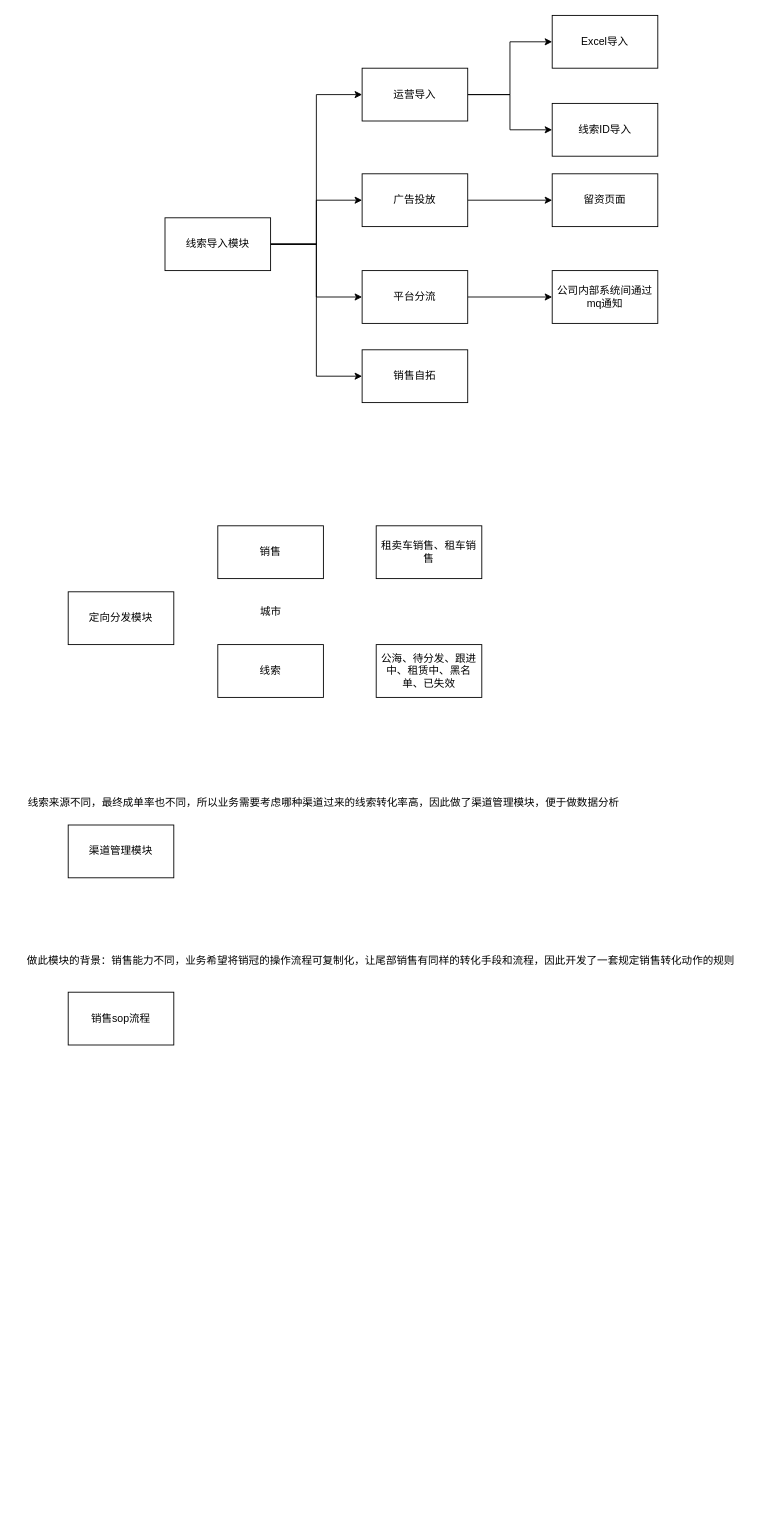
Earlier version of the draw.io diagram 未命名绘图.drawio (l0ozhangt0u/drawio). Source tidied: cells renumbered, new cells numbered last; positions are measured from the earlier drawing's top-left corner, leaving out a move shared by most shapes. Both pictures are drawn from the tidied source at 88%, with x=0, y=0 at pixel (15, 15).
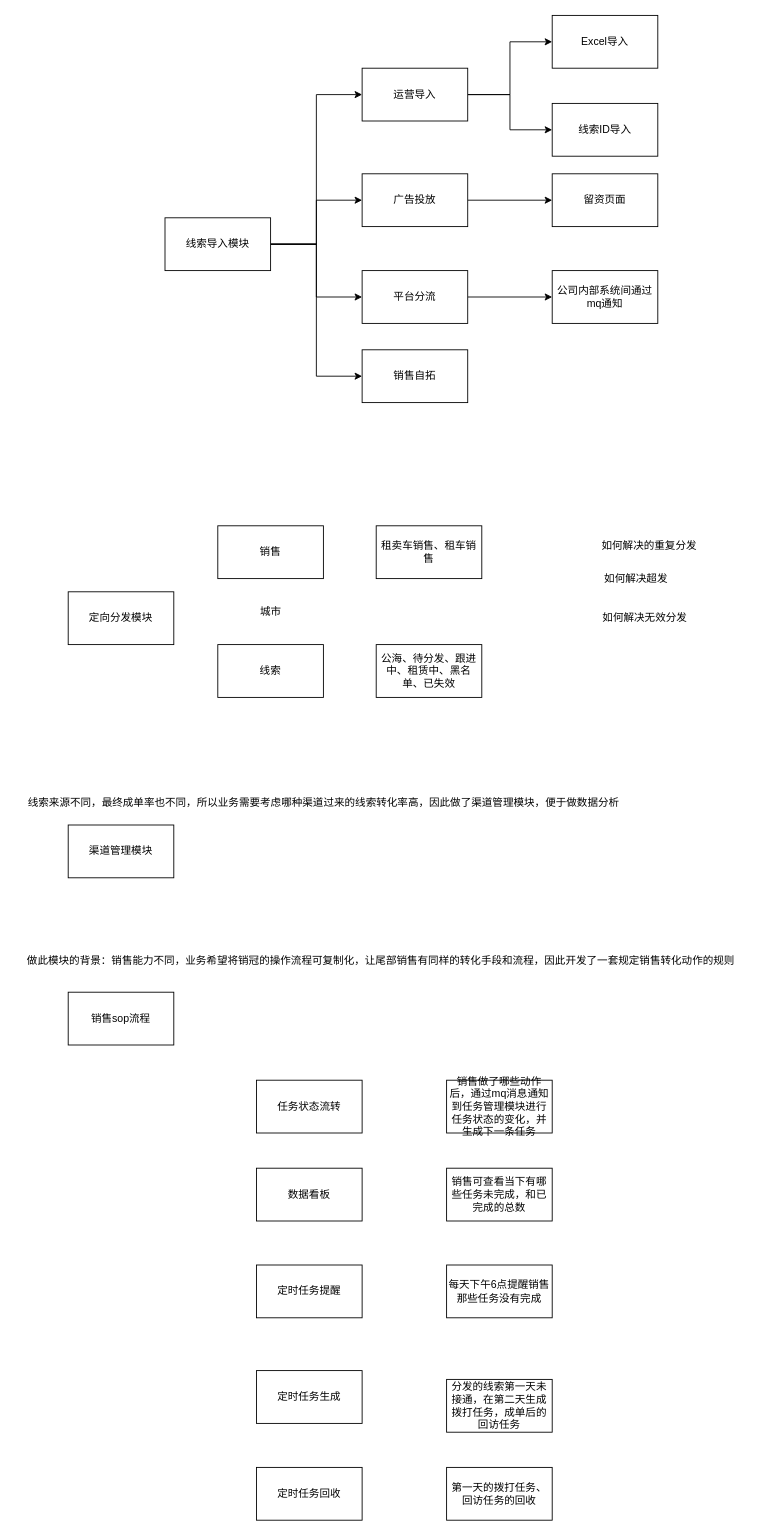
After the change.

Commit message:
更新未命名绘图.drawio

Diff of the diagram source:
```diff
@@
+    <mxCell id="29" value="任务状态流转" style="whiteSpace=wrap;html=1;" parent="1" vertex="1">
+      <mxGeometry x="274" y="1210" width="120" height="60" as="geometry" />
+    </mxCell>
+    <mxCell id="30" value="数据看板" style="whiteSpace=wrap;html=1;" parent="1" vertex="1">
+      <mxGeometry x="274" y="1310" width="120" height="60" as="geometry" />
+    </mxCell>
+    <mxCell id="31" value="定时任务提醒" style="whiteSpace=wrap;html=1;" parent="1" vertex="1">
+      <mxGeometry x="274" y="1420" width="120" height="60" as="geometry" />
+    </mxCell>
+    <mxCell id="32" value="定时任务生成" style="whiteSpace=wrap;html=1;" parent="1" vertex="1">
+      <mxGeometry x="274" y="1540" width="120" height="60" as="geometry" />
+    </mxCell>
+    <mxCell id="33" value="定时任务回收" style="whiteSpace=wrap;html=1;" parent="1" vertex="1">
+      <mxGeometry x="274" y="1650" width="120" height="60" as="geometry" />
+    </mxCell>
+    <mxCell id="34" value="销售做了哪些动作后，通过mq消息通知到任务管理模块进行任务状态的变化，并生成下一条任务" style="whiteSpace=wrap;html=1;" parent="1" vertex="1">
+      <mxGeometry x="490" y="1210" width="120" height="60" as="geometry" />
+    </mxCell>
+    <mxCell id="35" value="销售可查看当下有哪些任务未完成，和已完成的总数" style="whiteSpace=wrap;html=1;" parent="1" vertex="1">
+      <mxGeometry x="490" y="1310" width="120" height="60" as="geometry" />
+    </mxCell>
+    <mxCell id="36" value="每天下午6点提醒销售那些任务没有完成" style="whiteSpace=wrap;html=1;" parent="1" vertex="1">
+      <mxGeometry x="490" y="1420" width="120" height="60" as="geometry" />
+    </mxCell>
+    <mxCell id="37" value="分发的线索第一天未接通，在第二天生成拨打任务，成单后的回访任务" style="whiteSpace=wrap;html=1;" parent="1" vertex="1">
+      <mxGeometry x="490" y="1550" width="120" height="60" as="geometry" />
+    </mxCell>
+    <mxCell id="38" value="第一天的拨打任务、回访任务的回收" style="whiteSpace=wrap;html=1;" parent="1" vertex="1">
+      <mxGeometry x="490" y="1650" width="120" height="60" as="geometry" />
+    </mxCell>
+    <mxCell id="39" value="如何解决的重复分发" style="text;html=1;align=center;verticalAlign=middle;strokeColor=none;fillColor=none;" parent="1" vertex="1">
+      <mxGeometry x="655" y="588" width="130" height="30" as="geometry" />
+    </mxCell>
+    <mxCell id="40" value="如何解决超发" style="text;html=1;align=center;verticalAlign=middle;strokeColor=none;fillColor=none;" parent="1" vertex="1">
+      <mxGeometry x="655" y="625" width="100" height="30" as="geometry" />
+    </mxCell>
+    <mxCell id="41" value="如何解决无效分发" style="text;html=1;align=center;verticalAlign=middle;strokeColor=none;fillColor=none;" parent="1" vertex="1">
+      <mxGeometry x="655" y="670" width="120" height="30" as="geometry" />
+    </mxCell>
```
